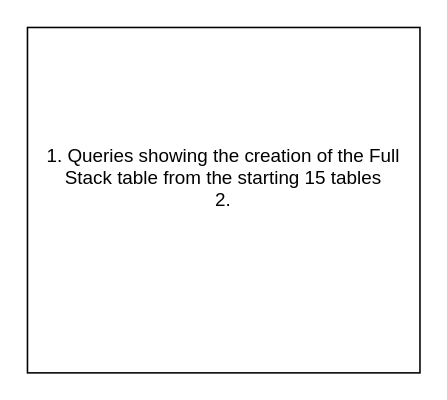
This is page "story2" (4 of 4) of Untitled Diagram.drawio from ACummings23/DS-SQL-Exercise, a draw.io file, before an edit. Source tidied: cells renumbered, new cells numbered last; positions are measured from the earlier drawing's top-left corner, leaving out a move shared by most shapes. Both pictures are drawn from the tidied source at 157%, with x=0, y=0 at pixel (27, 27).
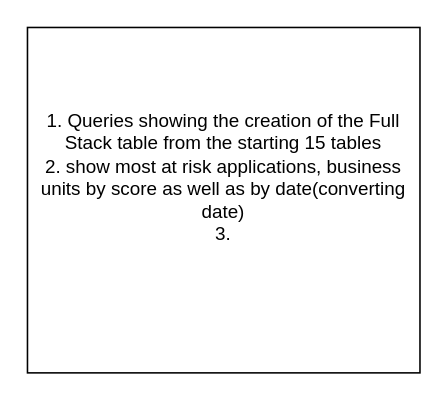
The same diagram, later.

Diff of the diagram source:
```diff
@@
 <mxGraphModel>
   <root>
     <mxCell id="0" />
     <mxCell id="1" parent="0" />
-    <mxCell id="2" value="&lt;div&gt;1. Queries showing the creation of the Full Stack table from the starting 15 tables&lt;/div&gt;&lt;div&gt;2. &lt;br&gt;&lt;/div&gt;&lt;div&gt;&lt;br&gt;&lt;/div&gt;&lt;div&gt;&lt;br&gt;&lt;/div&gt;" style="rounded=0;whiteSpace=wrap;html=1;" parent="1" vertex="1">
+    <mxCell id="2" value="&lt;div&gt;1. Queries showing the creation of the Full Stack table from the starting 15 tables&lt;/div&gt;&lt;div&gt;2. show most at risk applications, business units by score as well as by date(converting date)&lt;/div&gt;&lt;div&gt;3. &lt;br&gt;&lt;/div&gt;&lt;div&gt;&lt;br&gt;&lt;/div&gt;&lt;div&gt;&lt;br&gt;&lt;/div&gt;" style="rounded=0;whiteSpace=wrap;html=1;" parent="1" vertex="1">
       <mxGeometry width="250" height="220" as="geometry" />
     </mxCell>
   </root>
 </mxGraphModel>
```
